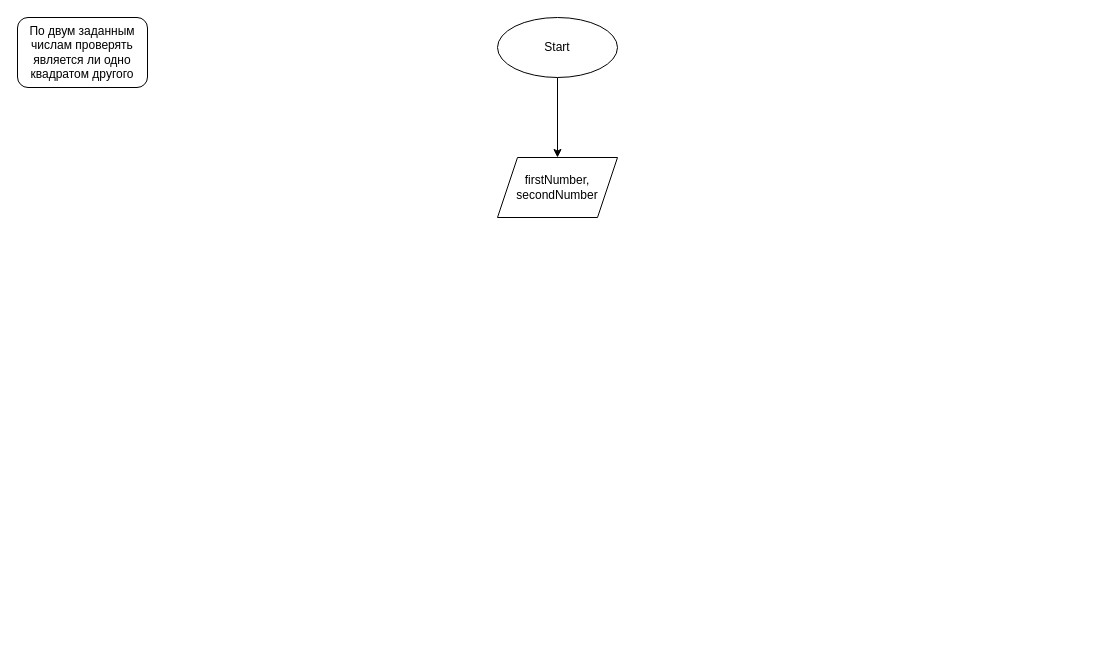
This is Task17CheckIfOneIsTheSquareOfTheOther/flowchart.drawio from Fostix/LoLTasks, a draw.io file, before an edit. Source tidied: cells renumbered, new cells numbered last; positions are measured from the earlier drawing's top-left corner, leaving out a move shared by most shapes. Both pictures are drawn from the tidied source at 100%, with x=0, y=0 at pixel (17, 17).
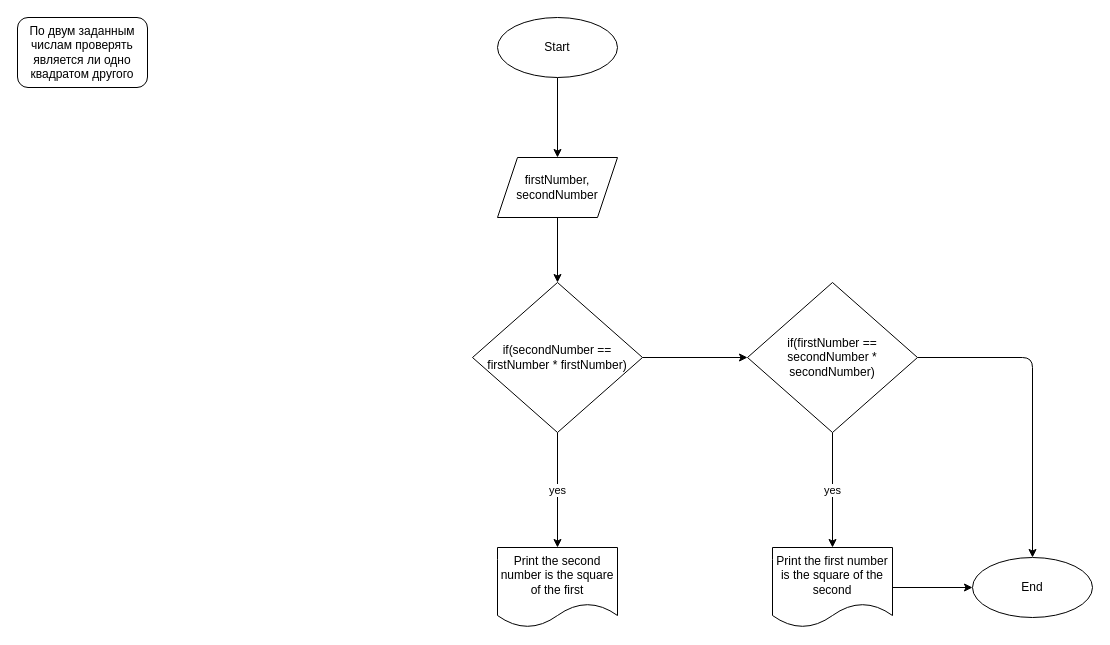
Above is the later version.

Commit message (it also covers changes not shown here):
maked task 17 check if one is a square of a other

The edit, as a diff of the source:
```diff
@@
 <mxGraphModel>
   <root>
     <mxCell id="0" />
     <mxCell id="1" parent="0" />
     <mxCell id="2" value="По двум заданным числам проверять является ли одно квадратом другого" style="rounded=1;whiteSpace=wrap;html=1;" parent="1" vertex="1">
       <mxGeometry width="130" height="70" as="geometry" />
     </mxCell>
     <mxCell id="3" style="edgeStyle=none;html=1;" parent="1" edge="1" source="4" target="5">
       <mxGeometry relative="1" as="geometry" />
     </mxCell>
     <mxCell id="4" value="Start" style="ellipse;whiteSpace=wrap;html=1;" parent="1" vertex="1">
       <mxGeometry x="480" width="120" height="60" as="geometry" />
     </mxCell>
+    <mxCell id="6" style="edgeStyle=none;html=1;" parent="1" edge="1" source="5" target="9">
+      <mxGeometry relative="1" as="geometry" />
+    </mxCell>
     <mxCell id="5" value="firstNumber,&lt;br&gt;secondNumber" style="shape=parallelogram;perimeter=parallelogramPerimeter;whiteSpace=wrap;html=1;fixedSize=1;" parent="1" vertex="1">
       <mxGeometry x="480" y="140" width="120" height="60" as="geometry" />
     </mxCell>
+    <mxCell id="7" value="yes" style="edgeStyle=none;html=1;" parent="1" edge="1" source="9" target="10">
+      <mxGeometry relative="1" as="geometry" />
+    </mxCell>
+    <mxCell id="8" style="edgeStyle=none;html=1;" parent="1" edge="1" source="9" target="13">
+      <mxGeometry relative="1" as="geometry" />
+    </mxCell>
+    <mxCell id="9" value="if(secondNumber == firstNumber * firstNumber)" style="rhombus;whiteSpace=wrap;html=1;" parent="1" vertex="1">
+      <mxGeometry x="455" y="265" width="170" height="150" as="geometry" />
+    </mxCell>
+    <mxCell id="10" value="Print the second number is the square of the first" style="shape=document;whiteSpace=wrap;html=1;boundedLbl=1;" parent="1" vertex="1">
+      <mxGeometry x="480" y="530" width="120" height="80" as="geometry" />
+    </mxCell>
+    <mxCell id="11" value="yes" style="edgeStyle=none;html=1;" parent="1" edge="1" source="13" target="15">
+      <mxGeometry relative="1" as="geometry" />
+    </mxCell>
+    <mxCell id="12" style="edgeStyle=none;html=1;entryX=0.5;entryY=0;entryDx=0;entryDy=0;" parent="1" edge="1" source="13" target="16">
+      <mxGeometry relative="1" as="geometry">
+        <Array as="points">
+          <mxPoint x="1015" y="340" />
+        </Array>
+      </mxGeometry>
+    </mxCell>
+    <mxCell id="13" value="if(firstNumber == secondNumber * secondNumber)" style="rhombus;whiteSpace=wrap;html=1;" parent="1" vertex="1">
+      <mxGeometry x="730" y="265" width="170" height="150" as="geometry" />
+    </mxCell>
+    <mxCell id="14" style="edgeStyle=none;html=1;" parent="1" edge="1" source="15" target="16">
+      <mxGeometry relative="1" as="geometry" />
+    </mxCell>
+    <mxCell id="15" value="Print&amp;nbsp;the first number is the square of the second" style="shape=document;whiteSpace=wrap;html=1;boundedLbl=1;" parent="1" vertex="1">
+      <mxGeometry x="755" y="530" width="120" height="80" as="geometry" />
+    </mxCell>
+    <mxCell id="16" value="End" style="ellipse;whiteSpace=wrap;html=1;" parent="1" vertex="1">
+      <mxGeometry x="955" y="540" width="120" height="60" as="geometry" />
+    </mxCell>
   </root>
 </mxGraphModel>
```
